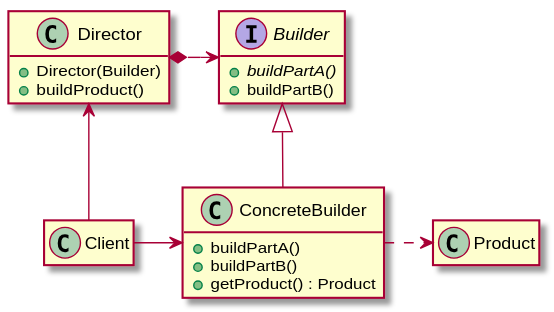
pvc1989/miniWiki keeps this PlantUML diagram as programming/patterns/Builder/Class.svg. Above is the earlier version. The source it was exported from:
```plantuml
@startuml
Director *-> Builder
Builder <|-- ConcreteBuilder
ConcreteBuilder .> Product
Director <-- Client
Client -> ConcreteBuilder

class Director {
  +Director(Builder)
  +buildProduct()
}
interface Builder {
  {abstract} +buildPartA()
  +buildPartB()
}
class ConcreteBuilder {
  +buildPartA()
  +buildPartB()
  +getProduct() : Product
}

hide empty attributes
hide empty methods
@enduml
```
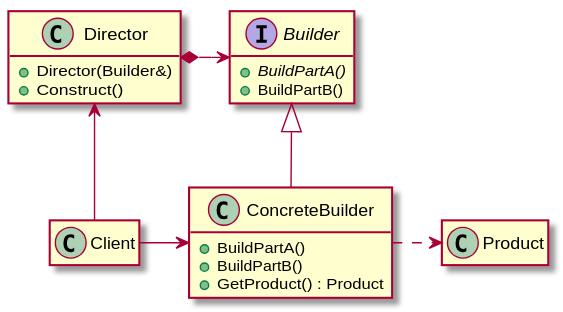
Later version of the same file.

Commit message:
Update diagrams and description for Builder.

Change to the diagram source:
```diff
@@ -6,17 +6,17 @@
 Client -> ConcreteBuilder
 
 class Director {
-  +Director(Builder)
-  +buildProduct()
+  +Director(Builder&)
+  +Construct()
 }
 interface Builder {
-  {abstract} +buildPartA()
-  +buildPartB()
+  {abstract} +BuildPartA()
+  +BuildPartB()
 }
 class ConcreteBuilder {
-  +buildPartA()
-  +buildPartB()
-  +getProduct() : Product
+  +BuildPartA()
+  +BuildPartB()
+  +GetProduct() : Product
 }
 
 hide empty attributes
```
